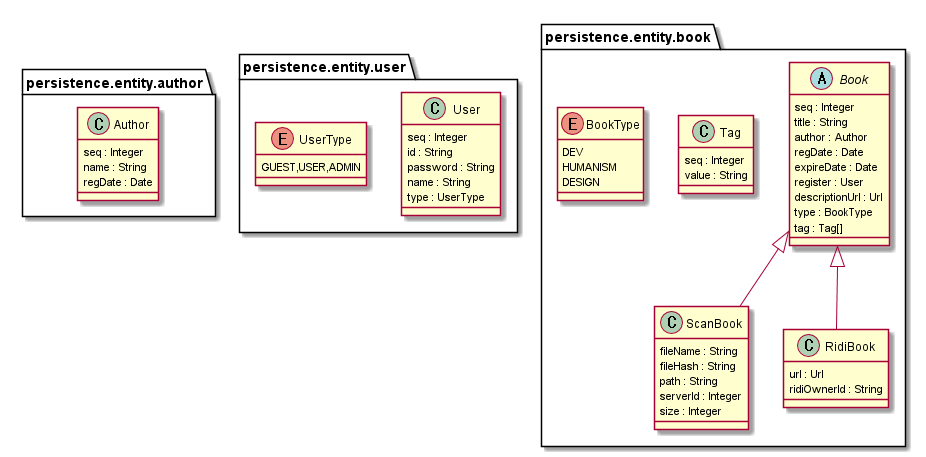
The PlantUML diagram uml/all-class-diagram.png in glqdlt/myhome-manager, before a commit.
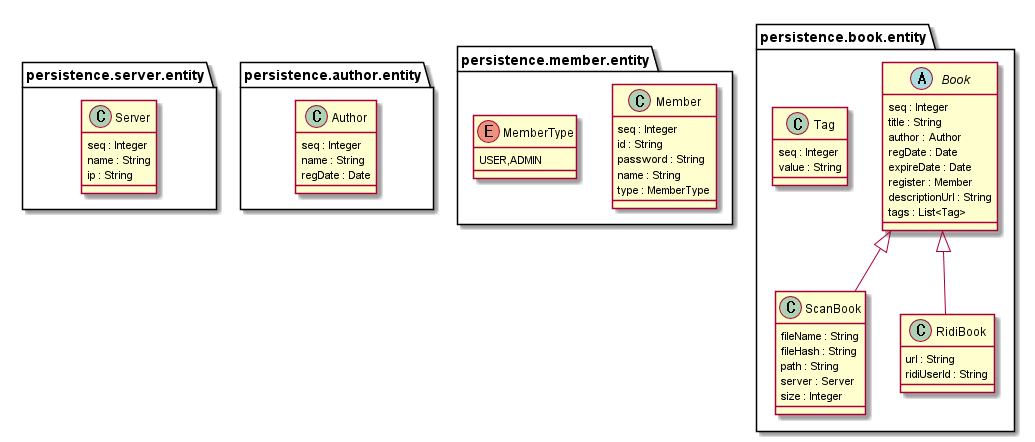
Above is the later version.

Commit message:
클래스 다이어그램 수정

The edit, as a diff of the source:
```diff
@@ -1,7 +1,17 @@
 @startuml
 
 
-package persistence.entity.author{
+package persistence.server.entity{
+
+    class Server{
+    seq : Integer
+    name : String
+    ip : String
+    }
+
+}
+
+package persistence.author.entity{
     class Author{
         seq : Integer
         name : String
@@ -9,30 +19,29 @@
     }
 }
 
-package persistence.entity.user{
-class User {
+package persistence.member.entity{
+class Member {
     seq : Integer
     id : String
     password : String
     name : String
-    type : UserType
+    type : MemberType
 }
 
-enum UserType{
-    GUEST,USER,ADMIN
+enum MemberType{
+   USER,ADMIN
 }
 }
-package persistence.entity.book {
+package persistence.book.entity {
 abstract class Book{
     seq : Integer
     title : String
     author : Author
     regDate : Date
     expireDate : Date
-    register : User
-    descriptionUrl : Url
-    type : BookType
-    tag : Tag[]
+    register : Member
+    descriptionUrl : String
+    tags : List<Tag>
 }
 
 class Tag {
@@ -46,19 +55,13 @@
     fileName : String
     fileHash : String
     path : String
-    serverId : Integer
+    server : Server
     size : Integer
 }
 
 class RidiBook{
-    url : Url
-    ridiOwnerId : String
-}
-
-enum BookType {
-    DEV
-    HUMANISM
-    DESIGN
+    url : String
+    ridiUserId : String
 }
 }
 
```
